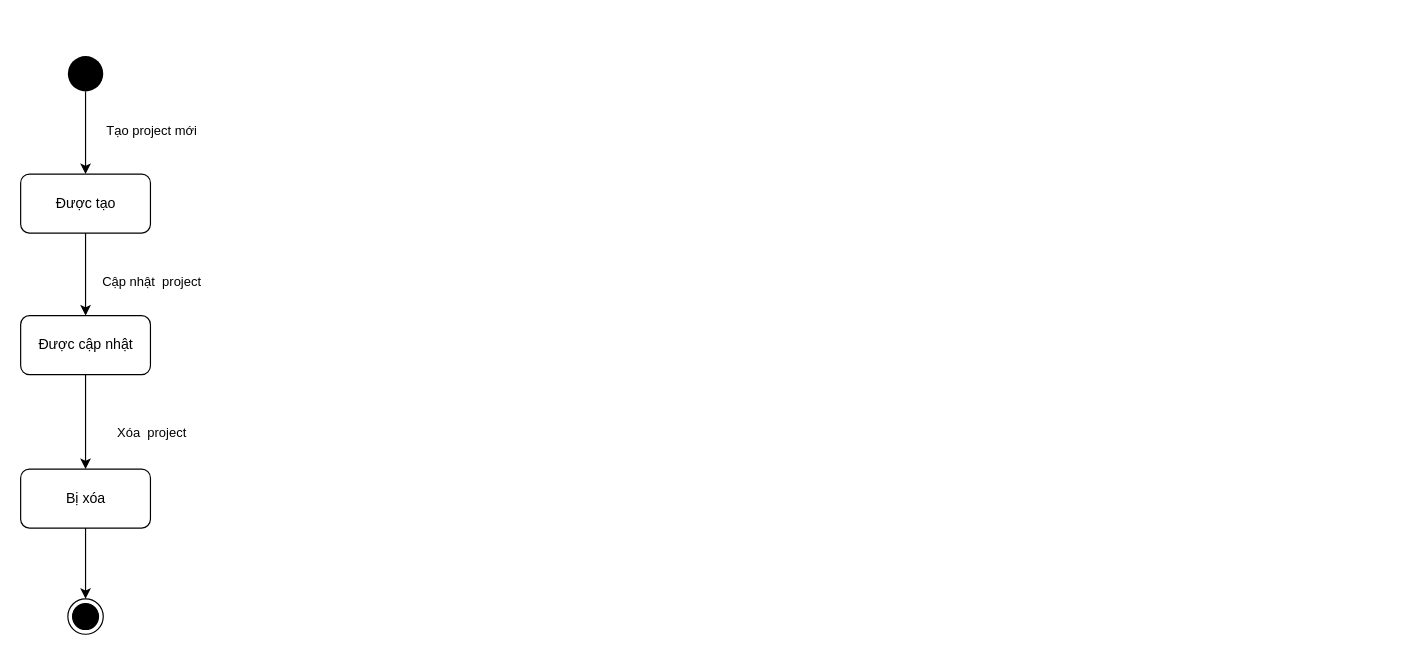
Earlier version of the draw.io diagram ToDoApp-Doc/Document/Diagram/State Machine Diagram/ManageProject/ManageProject.drawio (Merevoli-DatLuu/To-Do-App). Source tidied: cells renumbered, new cells numbered last; positions are measured from the earlier drawing's top-left corner, leaving out a move shared by most shapes. Both pictures are drawn from the tidied source at 118%, with x=0, y=0 at pixel (20, 55).
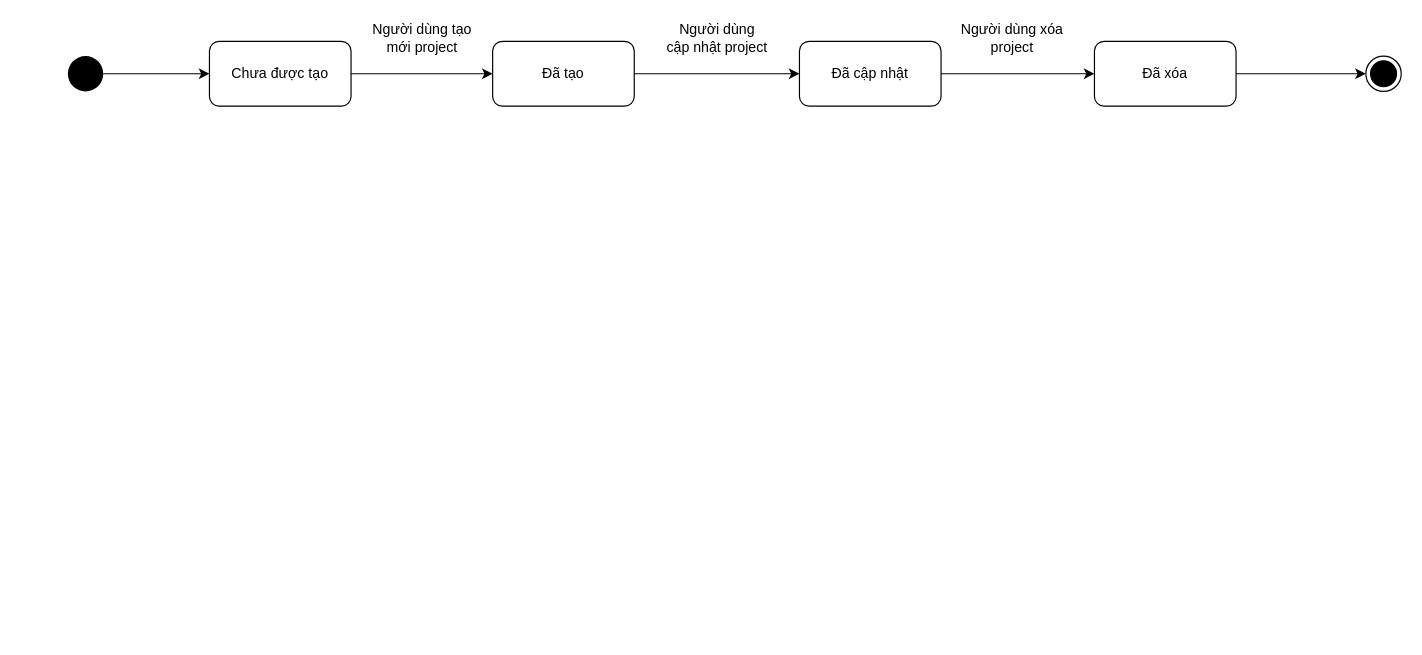
The same page after the edit.

Commit message:
[Document, Modified]: ManageProject.drawio StateDiagram

Change to the diagram source:
```diff
@@
 <mxGraphModel>
   <root>
     <mxCell id="0" />
     <mxCell id="1" parent="0" />
-    <mxCell id="2" style="edgeStyle=orthogonalEdgeStyle;rounded=0;jettySize=auto;html=1;" parent="1" edge="1" source="4" target="10">
-      <mxGeometry relative="1" as="geometry" />
-    </mxCell>
-    <mxCell id="3" value="Cập nhật&amp;nbsp; project" style="edgeLabel;html=1;align=center;verticalAlign=middle;" parent="2" vertex="1">
-      <mxGeometry x="0.13" y="1" relative="1" as="geometry">
-        <mxPoint x="54" as="offset" />
-      </mxGeometry>
-    </mxCell>
-    <mxCell id="4" value="Được tạo" style="html=1;rounded=1;" parent="1" vertex="1">
-      <mxGeometry y="100" width="110" height="50" as="geometry" />
-    </mxCell>
-    <mxCell id="5" style="edgeStyle=orthogonalEdgeStyle;rounded=0;jettySize=auto;html=1;" parent="1" edge="1" source="7" target="4">
-      <mxGeometry relative="1" as="geometry" />
-    </mxCell>
-    <mxCell id="6" value="Tạo project mới" style="edgeLabel;html=1;align=center;verticalAlign=middle;" parent="5" vertex="1">
-      <mxGeometry x="0.15" y="-3" relative="1" as="geometry">
-        <mxPoint x="58" y="-7.9" as="offset" />
-      </mxGeometry>
-    </mxCell>
+    <mxCell id="14" style="edgeStyle=orthogonalEdgeStyle;rounded=0;jettySize=auto;html=1;entryX=0;entryY=0.5;entryDx=0;entryDy=0;" parent="1" edge="1" source="7" target="16">
+      <mxGeometry relative="1" as="geometry" />
+    </mxCell>
     <mxCell id="7" style="ellipse;fillColor=#000000;strokeColor=none;" parent="1" vertex="1">
       <mxGeometry x="40" width="30" height="30" as="geometry" />
     </mxCell>
-    <mxCell id="8" style="edgeStyle=orthogonalEdgeStyle;rounded=0;jettySize=auto;html=1;" parent="1" edge="1" source="10" target="12">
-      <mxGeometry relative="1" as="geometry" />
-    </mxCell>
-    <mxCell id="9" value="Xóa&amp;nbsp; project" style="edgeLabel;html=1;align=center;verticalAlign=middle;" parent="8" vertex="1">
-      <mxGeometry x="-0.21" relative="1" as="geometry">
-        <mxPoint x="55" y="16.6" as="offset" />
-      </mxGeometry>
-    </mxCell>
-    <mxCell id="10" value="Được cập nhật" style="html=1;rounded=1;" parent="1" vertex="1">
-      <mxGeometry y="220" width="110" height="50" as="geometry" />
-    </mxCell>
-    <mxCell id="11" style="edgeStyle=orthogonalEdgeStyle;rounded=0;jettySize=auto;html=1;" parent="1" edge="1" source="12" target="13">
-      <mxGeometry relative="1" as="geometry" />
-    </mxCell>
-    <mxCell id="12" value="Bị xóa" style="html=1;rounded=1;" parent="1" vertex="1">
-      <mxGeometry y="350" width="110" height="50" as="geometry" />
-    </mxCell>
-    <mxCell id="13" style="ellipse;html=1;shape=endState;fillColor=#000000;strokeColor=#000000;" parent="1" vertex="1">
-      <mxGeometry x="40" y="460" width="30" height="30" as="geometry" />
-    </mxCell>
+    <mxCell id="15" style="edgeStyle=orthogonalEdgeStyle;rounded=0;jettySize=auto;html=1;" parent="1" edge="1" source="16" target="18">
+      <mxGeometry relative="1" as="geometry" />
+    </mxCell>
+    <mxCell id="16" value="Chưa được tạo" style="rounded=1;whiteSpace=wrap;html=1;" parent="1" vertex="1">
+      <mxGeometry x="160" y="-12.5" width="120" height="55" as="geometry" />
+    </mxCell>
+    <mxCell id="17" style="edgeStyle=orthogonalEdgeStyle;rounded=0;jettySize=auto;html=1;entryX=0;entryY=0.5;entryDx=0;entryDy=0;" parent="1" edge="1" source="18" target="21">
+      <mxGeometry relative="1" as="geometry" />
+    </mxCell>
+    <mxCell id="18" value="Đã tạo" style="rounded=1;whiteSpace=wrap;html=1;" parent="1" vertex="1">
+      <mxGeometry x="400" y="-12.5" width="120" height="55" as="geometry" />
+    </mxCell>
+    <mxCell id="19" value="&lt;div&gt;Người dùng tạo&lt;/div&gt;&lt;div&gt;mới project&lt;br&gt;&lt;/div&gt;" style="text;html=1;align=center;verticalAlign=middle;" parent="1" vertex="1">
+      <mxGeometry x="290" y="-30" width="100" height="30" as="geometry" />
+    </mxCell>
+    <mxCell id="20" style="edgeStyle=orthogonalEdgeStyle;rounded=0;jettySize=auto;html=1;entryX=0;entryY=0.5;entryDx=0;entryDy=0;" parent="1" edge="1" source="21" target="24">
+      <mxGeometry relative="1" as="geometry" />
+    </mxCell>
+    <mxCell id="21" value="Đã cập nhật" style="rounded=1;whiteSpace=wrap;html=1;" parent="1" vertex="1">
+      <mxGeometry x="660" y="-12.5" width="120" height="55" as="geometry" />
+    </mxCell>
+    <mxCell id="22" value="&lt;div&gt;Người dùng&lt;/div&gt;&lt;div&gt;cập nhật project&lt;/div&gt;" style="text;html=1;align=center;verticalAlign=middle;" parent="1" vertex="1">
+      <mxGeometry x="540" y="-30" width="100" height="30" as="geometry" />
+    </mxCell>
+    <mxCell id="23" style="edgeStyle=orthogonalEdgeStyle;rounded=0;jettySize=auto;html=1;" parent="1" edge="1" source="24" target="26">
+      <mxGeometry relative="1" as="geometry" />
+    </mxCell>
+    <mxCell id="24" value="Đã xóa" style="rounded=1;whiteSpace=wrap;html=1;" parent="1" vertex="1">
+      <mxGeometry x="910" y="-12.5" width="120" height="55" as="geometry" />
+    </mxCell>
+    <mxCell id="25" value="&lt;div&gt;Người dùng xóa&lt;/div&gt;&lt;div&gt;project&lt;br&gt;&lt;/div&gt;" style="text;html=1;align=center;verticalAlign=middle;" parent="1" vertex="1">
+      <mxGeometry x="790" y="-30" width="100" height="30" as="geometry" />
+    </mxCell>
+    <mxCell id="26" style="ellipse;html=1;shape=endState;fillColor=#000000;strokeColor=#000000;" parent="1" vertex="1">
+      <mxGeometry x="1140" width="30" height="30" as="geometry" />
+    </mxCell>
   </root>
 </mxGraphModel>
```
